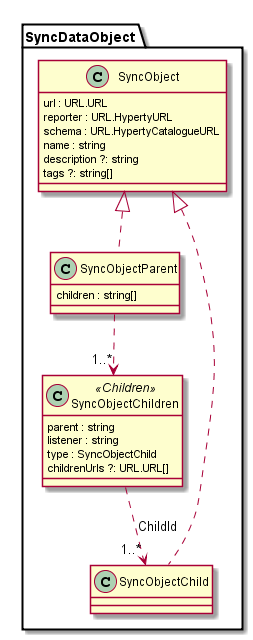
This is docs/datamodel/data-objects/data-synch/SyncDataObject.png from reTHINK-project/dev-service-framework, a PlantUML export, as it was before one commit.
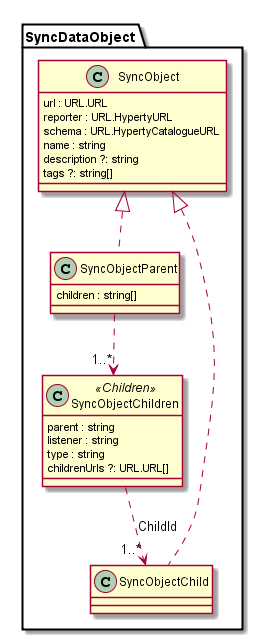
Later version of the same file.

Commit message:
"SyncObjectChildren.type" type changed to "string"

Diff of the diagram source:
```diff
@@ -18,7 +18,7 @@
 	class SyncObjectChildren <<Children>> {
 		parent : string
 		listener : string
-		type : SyncObjectChild
+		type : string
 		childrenUrls ?: URL.URL[]
 	}
 
```
